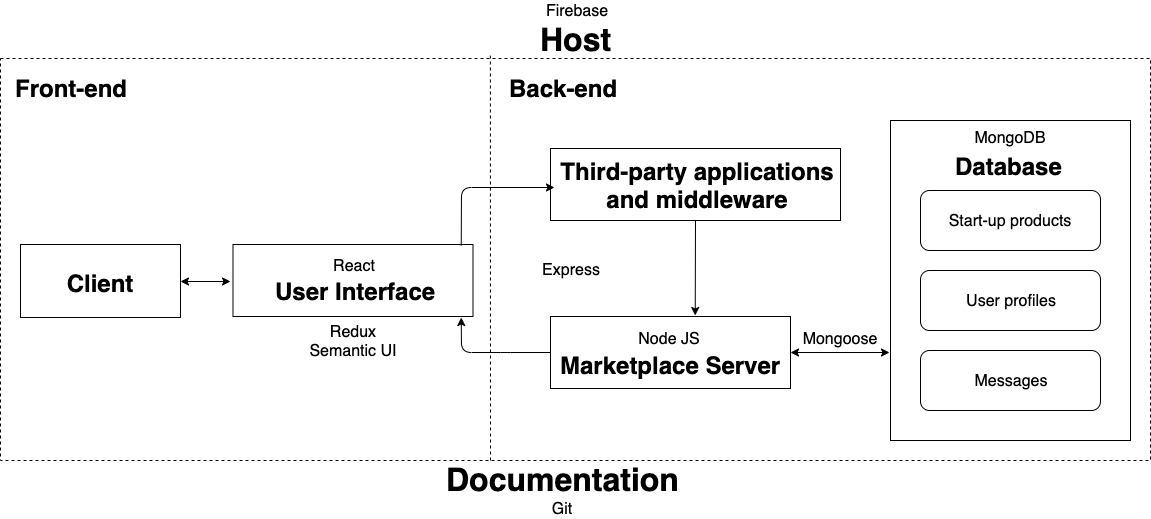
Before: docs/App_Architecture.png, a diagram exported from draw.io (haydenf/mern_final_app). Source tidied: cells renumbered, new cells last; positions are measured from the earlier drawing's top-left corner, leaving out a move shared by most shapes. The source it was exported from:
```xml
<mxGraphModel background="#ffffff">
  <root>
    <mxCell id="0" />
    <mxCell id="1" parent="0" />
    <mxCell id="2" style="rounded=0;whiteSpace=wrap;html=1;dashed=1;strokeWidth=1;fontSize=16;" parent="1" vertex="1">
      <mxGeometry y="58" width="1150" height="402" as="geometry" />
    </mxCell>
    <mxCell id="3" style="rounded=0;whiteSpace=wrap;html=1;" parent="1" vertex="1">
      <mxGeometry x="232.5" y="244" width="240" height="72" as="geometry" />
    </mxCell>
    <mxCell id="4" style="rounded=0;whiteSpace=wrap;html=1;" parent="1" vertex="1">
      <mxGeometry x="890" y="120" width="240" height="320" as="geometry" />
    </mxCell>
    <mxCell id="5" value="&lt;h1&gt;Database&lt;/h1&gt;" style="text;html=1;strokeColor=none;fillColor=none;spacing=5;spacingTop=-20;whiteSpace=wrap;overflow=hidden;rounded=0;" parent="1" vertex="1">
      <mxGeometry x="950" y="147" width="120" height="30" as="geometry" />
    </mxCell>
    <mxCell id="6" value="&lt;font style=&quot;font-size: 16px&quot;&gt;Start-up products&lt;/font&gt;" style="rounded=1;whiteSpace=wrap;html=1;" parent="1" vertex="1">
      <mxGeometry x="920" y="190" width="180" height="60" as="geometry" />
    </mxCell>
    <mxCell id="7" value="&lt;font style=&quot;font-size: 16px&quot;&gt;User profiles&lt;/font&gt;" style="rounded=1;whiteSpace=wrap;html=1;fontSize=16;" parent="1" vertex="1">
      <mxGeometry x="920" y="270" width="180" height="60" as="geometry" />
    </mxCell>
    <mxCell id="8" value="&lt;font style=&quot;font-size: 16px&quot;&gt;Messages&lt;/font&gt;" style="rounded=1;whiteSpace=wrap;html=1;" parent="1" vertex="1">
      <mxGeometry x="920" y="350" width="180" height="60" as="geometry" />
    </mxCell>
    <mxCell id="9" style="rounded=0;whiteSpace=wrap;html=1;" parent="1" vertex="1">
      <mxGeometry x="20" y="244" width="160" height="73" as="geometry" />
    </mxCell>
    <mxCell id="10" value="&lt;h1&gt;Client&lt;/h1&gt;" style="text;html=1;strokeColor=none;fillColor=none;spacing=5;spacingTop=-20;whiteSpace=wrap;overflow=hidden;rounded=0;align=center;" parent="1" vertex="1">
      <mxGeometry x="57" y="263.5" width="85" height="34" as="geometry" />
    </mxCell>
    <mxCell id="11" value="&lt;font style=&quot;font-size: 16px&quot;&gt;MongoDB&lt;/font&gt;" style="text;html=1;strokeColor=none;fillColor=none;align=center;verticalAlign=middle;whiteSpace=wrap;rounded=0;" parent="1" vertex="1">
      <mxGeometry x="990" y="127" width="40" height="20" as="geometry" />
    </mxCell>
    <mxCell id="12" style="rounded=0;whiteSpace=wrap;html=1;" parent="1" vertex="1">
      <mxGeometry x="550" y="316" width="240" height="72" as="geometry" />
    </mxCell>
    <mxCell id="13" value="&lt;font style=&quot;font-size: 16px;&quot;&gt;Node JS&lt;/font&gt;" style="text;html=1;strokeColor=none;fillColor=none;align=center;verticalAlign=middle;whiteSpace=wrap;rounded=0;fontSize=16;" parent="1" vertex="1">
      <mxGeometry x="628" y="330" width="80" height="16" as="geometry" />
    </mxCell>
    <mxCell id="14" value="&lt;h1&gt;Marketplace Server&lt;/h1&gt;" style="text;html=1;strokeColor=none;fillColor=none;spacing=5;spacingTop=-20;whiteSpace=wrap;overflow=hidden;rounded=0;" parent="1" vertex="1">
      <mxGeometry x="555" y="346" width="239" height="34" as="geometry" />
    </mxCell>
    <mxCell id="15" value="Mongoose" style="text;html=1;strokeColor=none;fillColor=none;align=center;verticalAlign=middle;whiteSpace=wrap;rounded=0;fontSize=16;" parent="1" vertex="1">
      <mxGeometry x="820" y="328" width="40" height="20" as="geometry" />
    </mxCell>
    <mxCell id="16" value="&lt;font style=&quot;font-size: 16px&quot;&gt;React&lt;/font&gt;" style="text;html=1;strokeColor=none;fillColor=none;align=center;verticalAlign=middle;whiteSpace=wrap;rounded=0;" parent="1" vertex="1">
      <mxGeometry x="312.5" y="257" width="80" height="16" as="geometry" />
    </mxCell>
    <mxCell id="17" value="&lt;h1&gt;User Interface&lt;/h1&gt;" style="text;html=1;strokeColor=none;fillColor=none;spacing=5;spacingTop=-20;whiteSpace=wrap;overflow=hidden;rounded=0;" parent="1" vertex="1">
      <mxGeometry x="270" y="272" width="180" height="34" as="geometry" />
    </mxCell>
    <mxCell id="18" value="&lt;h1&gt;Back-end&lt;/h1&gt;" style="text;html=1;strokeColor=none;fillColor=none;spacing=5;spacingTop=-20;whiteSpace=wrap;overflow=hidden;rounded=0;" parent="1" vertex="1">
      <mxGeometry x="504" y="69" width="122" height="33" as="geometry" />
    </mxCell>
    <mxCell id="19" value="&lt;h1&gt;Front-end&lt;/h1&gt;" style="text;html=1;strokeColor=none;fillColor=none;spacing=5;spacingTop=-20;whiteSpace=wrap;overflow=hidden;rounded=0;" parent="1" vertex="1">
      <mxGeometry x="10" y="69" width="122" height="33" as="geometry" />
    </mxCell>
    <mxCell id="20" style="endArrow=classic;startArrow=classic;html=1;" parent="1" edge="1">
      <mxGeometry relative="1" as="geometry">
        <mxPoint x="230" y="281" as="sourcePoint" />
        <mxPoint x="180" y="281" as="targetPoint" />
      </mxGeometry>
    </mxCell>
    <mxCell id="21" value="Redux&lt;br&gt;Semantic UI" style="text;html=1;strokeColor=none;fillColor=none;align=center;verticalAlign=middle;whiteSpace=wrap;rounded=0;fontSize=16;" parent="1" vertex="1">
      <mxGeometry x="306" y="330" width="93" height="20" as="geometry" />
    </mxCell>
    <mxCell id="22" value="&lt;h1&gt;Host&lt;/h1&gt;" style="text;html=1;strokeColor=none;fillColor=none;spacing=5;spacingTop=-20;whiteSpace=wrap;overflow=hidden;rounded=0;fontSize=16;" parent="1" vertex="1">
      <mxGeometry x="535" y="10" width="89" height="48" as="geometry" />
    </mxCell>
    <mxCell id="23" value="Firebase" style="text;html=1;strokeColor=none;fillColor=none;align=center;verticalAlign=middle;whiteSpace=wrap;rounded=0;fontSize=16;" parent="1" vertex="1">
      <mxGeometry x="555" width="40" height="20" as="geometry" />
    </mxCell>
    <mxCell id="24" value="&lt;h1&gt;Documentation&lt;/h1&gt;" style="text;html=1;strokeColor=none;fillColor=none;spacing=5;spacingTop=-20;whiteSpace=wrap;overflow=hidden;rounded=0;fontSize=16;" parent="1" vertex="1">
      <mxGeometry x="441" y="450" width="248" height="48" as="geometry" />
    </mxCell>
    <mxCell id="25" value="Git" style="text;html=1;strokeColor=none;fillColor=none;align=center;verticalAlign=middle;whiteSpace=wrap;rounded=0;fontSize=16;" parent="1" vertex="1">
      <mxGeometry x="540.5" y="498" width="40" height="20" as="geometry" />
    </mxCell>
    <mxCell id="26" style="endArrow=classic;html=1;fontSize=16;entryX=0.951;entryY=1.014;entryDx=0;entryDy=0;exitX=0;exitY=0.5;exitDx=0;exitDy=0;entryPerimeter=0;" parent="1" edge="1" source="12" target="3">
      <mxGeometry relative="1" as="geometry">
        <Array as="points">
          <mxPoint x="500" y="352" />
          <mxPoint x="461" y="352" />
        </Array>
      </mxGeometry>
    </mxCell>
    <mxCell id="27" style="rounded=0;whiteSpace=wrap;html=1;" parent="1" vertex="1">
      <mxGeometry x="550" y="148" width="290" height="72" as="geometry" />
    </mxCell>
    <mxCell id="28" value="&lt;h1&gt;Third-party applications and middleware&lt;/h1&gt;" style="text;html=1;strokeColor=none;fillColor=none;spacing=5;spacingTop=-20;whiteSpace=wrap;overflow=hidden;rounded=0;align=center;" parent="1" vertex="1">
      <mxGeometry x="554" y="152" width="286" height="70" as="geometry" />
    </mxCell>
    <mxCell id="29" value="&lt;font style=&quot;font-size: 16px;&quot;&gt;Express&lt;br style=&quot;font-size: 16px;&quot;&gt;&lt;/font&gt;" style="text;html=1;strokeColor=none;fillColor=#ffffff;align=center;verticalAlign=middle;whiteSpace=wrap;rounded=0;fontSize=16;" parent="1" vertex="1">
      <mxGeometry x="550" y="259" width="40" height="20" as="geometry" />
    </mxCell>
    <mxCell id="30" style="endArrow=classic;html=1;fontSize=16;exitX=0.951;exitY=0.014;exitDx=0;exitDy=0;exitPerimeter=0;entryX=0;entryY=0.5;entryDx=0;entryDy=0;" parent="1" edge="1" source="3" target="28">
      <mxGeometry relative="1" as="geometry">
        <Array as="points">
          <mxPoint x="461" y="187" />
        </Array>
      </mxGeometry>
    </mxCell>
    <mxCell id="31" style="endArrow=classic;html=1;fontSize=16;exitX=0.5;exitY=1;exitDx=0;exitDy=0;entryX=0.603;entryY=-0.014;entryDx=0;entryDy=0;entryPerimeter=0;" parent="1" edge="1" source="27" target="12">
      <mxGeometry relative="1" as="geometry" />
    </mxCell>
    <mxCell id="32" style="endArrow=classic;startArrow=classic;html=1;fontSize=16;entryX=1;entryY=0.5;entryDx=0;entryDy=0;" parent="1" edge="1" target="12">
      <mxGeometry relative="1" as="geometry">
        <mxPoint x="889" y="352" as="sourcePoint" />
      </mxGeometry>
    </mxCell>
    <mxCell id="33" style="endArrow=none;dashed=1;html=1;fontSize=16;entryX=0.426;entryY=-0.007;entryDx=0;entryDy=0;entryPerimeter=0;" parent="1" edge="1" target="2">
      <mxGeometry relative="1" as="geometry">
        <mxPoint x="490" y="460" as="sourcePoint" />
      </mxGeometry>
    </mxCell>
  </root>
</mxGraphModel>
```
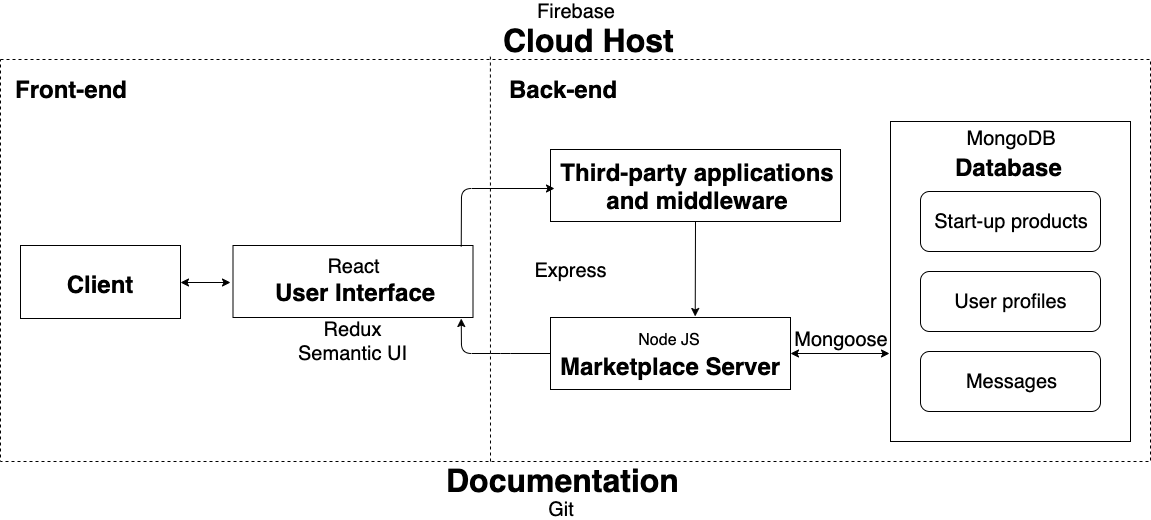
Later version of the same file.

Commit message:
Update app architecture diagram

The edit, as a diff of the source:
```diff
@@ -14,13 +14,13 @@
     <mxCell id="5" value="&lt;h1&gt;Database&lt;/h1&gt;" style="text;html=1;strokeColor=none;fillColor=none;spacing=5;spacingTop=-20;whiteSpace=wrap;overflow=hidden;rounded=0;" parent="1" vertex="1">
       <mxGeometry x="950" y="147" width="120" height="30" as="geometry" />
     </mxCell>
-    <mxCell id="6" value="&lt;font style=&quot;font-size: 16px&quot;&gt;Start-up products&lt;/font&gt;" style="rounded=1;whiteSpace=wrap;html=1;" parent="1" vertex="1">
+    <mxCell id="6" value="&lt;font style=&quot;font-size: 20px&quot;&gt;Start-up products&lt;/font&gt;" style="rounded=1;whiteSpace=wrap;html=1;" parent="1" vertex="1">
       <mxGeometry x="920" y="190" width="180" height="60" as="geometry" />
     </mxCell>
-    <mxCell id="7" value="&lt;font style=&quot;font-size: 16px&quot;&gt;User profiles&lt;/font&gt;" style="rounded=1;whiteSpace=wrap;html=1;fontSize=16;" parent="1" vertex="1">
+    <mxCell id="7" value="&lt;font style=&quot;font-size: 20px&quot;&gt;User profiles&lt;/font&gt;" style="rounded=1;whiteSpace=wrap;html=1;fontSize=16;" parent="1" vertex="1">
       <mxGeometry x="920" y="270" width="180" height="60" as="geometry" />
     </mxCell>
-    <mxCell id="8" value="&lt;font style=&quot;font-size: 16px&quot;&gt;Messages&lt;/font&gt;" style="rounded=1;whiteSpace=wrap;html=1;" parent="1" vertex="1">
+    <mxCell id="8" value="&lt;font style=&quot;font-size: 20px&quot;&gt;Messages&lt;/font&gt;" style="rounded=1;whiteSpace=wrap;html=1;" parent="1" vertex="1">
       <mxGeometry x="920" y="350" width="180" height="60" as="geometry" />
     </mxCell>
     <mxCell id="9" style="rounded=0;whiteSpace=wrap;html=1;" parent="1" vertex="1">
@@ -29,7 +29,7 @@
     <mxCell id="10" value="&lt;h1&gt;Client&lt;/h1&gt;" style="text;html=1;strokeColor=none;fillColor=none;spacing=5;spacingTop=-20;whiteSpace=wrap;overflow=hidden;rounded=0;align=center;" parent="1" vertex="1">
       <mxGeometry x="57" y="263.5" width="85" height="34" as="geometry" />
     </mxCell>
-    <mxCell id="11" value="&lt;font style=&quot;font-size: 16px&quot;&gt;MongoDB&lt;/font&gt;" style="text;html=1;strokeColor=none;fillColor=none;align=center;verticalAlign=middle;whiteSpace=wrap;rounded=0;" parent="1" vertex="1">
+    <mxCell id="11" value="&lt;font style=&quot;font-size: 20px&quot;&gt;MongoDB&lt;/font&gt;" style="text;html=1;strokeColor=none;fillColor=none;align=center;verticalAlign=middle;whiteSpace=wrap;rounded=0;" parent="1" vertex="1">
       <mxGeometry x="990" y="127" width="40" height="20" as="geometry" />
     </mxCell>
     <mxCell id="12" style="rounded=0;whiteSpace=wrap;html=1;" parent="1" vertex="1">
@@ -41,10 +41,10 @@
     <mxCell id="14" value="&lt;h1&gt;Marketplace Server&lt;/h1&gt;" style="text;html=1;strokeColor=none;fillColor=none;spacing=5;spacingTop=-20;whiteSpace=wrap;overflow=hidden;rounded=0;" parent="1" vertex="1">
       <mxGeometry x="555" y="346" width="239" height="34" as="geometry" />
     </mxCell>
-    <mxCell id="15" value="Mongoose" style="text;html=1;strokeColor=none;fillColor=none;align=center;verticalAlign=middle;whiteSpace=wrap;rounded=0;fontSize=16;" parent="1" vertex="1">
+    <mxCell id="15" value="&lt;font style=&quot;font-size: 20px&quot;&gt;Mongoose&lt;/font&gt;" style="text;html=1;strokeColor=none;fillColor=none;align=center;verticalAlign=middle;whiteSpace=wrap;rounded=0;fontSize=16;" parent="1" vertex="1">
       <mxGeometry x="820" y="328" width="40" height="20" as="geometry" />
     </mxCell>
-    <mxCell id="16" value="&lt;font style=&quot;font-size: 16px&quot;&gt;React&lt;/font&gt;" style="text;html=1;strokeColor=none;fillColor=none;align=center;verticalAlign=middle;whiteSpace=wrap;rounded=0;" parent="1" vertex="1">
+    <mxCell id="16" value="&lt;font style=&quot;font-size: 20px&quot;&gt;React&lt;/font&gt;" style="text;html=1;strokeColor=none;fillColor=none;align=center;verticalAlign=middle;whiteSpace=wrap;rounded=0;" parent="1" vertex="1">
       <mxGeometry x="312.5" y="257" width="80" height="16" as="geometry" />
     </mxCell>
     <mxCell id="17" value="&lt;h1&gt;User Interface&lt;/h1&gt;" style="text;html=1;strokeColor=none;fillColor=none;spacing=5;spacingTop=-20;whiteSpace=wrap;overflow=hidden;rounded=0;" parent="1" vertex="1">
@@ -62,19 +62,19 @@
         <mxPoint x="180" y="281" as="targetPoint" />
       </mxGeometry>
     </mxCell>
-    <mxCell id="21" value="Redux&lt;br&gt;Semantic UI" style="text;html=1;strokeColor=none;fillColor=none;align=center;verticalAlign=middle;whiteSpace=wrap;rounded=0;fontSize=16;" parent="1" vertex="1">
-      <mxGeometry x="306" y="330" width="93" height="20" as="geometry" />
+    <mxCell id="21" value="&lt;font style=&quot;font-size: 20px&quot;&gt;Redux&lt;br&gt;Semantic UI&lt;/font&gt;" style="text;html=1;strokeColor=none;fillColor=none;align=center;verticalAlign=middle;whiteSpace=wrap;rounded=0;fontSize=16;" parent="1" vertex="1">
+      <mxGeometry x="295.5" y="330" width="114" height="20" as="geometry" />
     </mxCell>
-    <mxCell id="22" value="&lt;h1&gt;Host&lt;/h1&gt;" style="text;html=1;strokeColor=none;fillColor=none;spacing=5;spacingTop=-20;whiteSpace=wrap;overflow=hidden;rounded=0;fontSize=16;" parent="1" vertex="1">
-      <mxGeometry x="535" y="10" width="89" height="48" as="geometry" />
+    <mxCell id="22" value="&lt;h1&gt;Cloud Host&lt;/h1&gt;" style="text;html=1;strokeColor=none;fillColor=none;spacing=5;spacingTop=-20;whiteSpace=wrap;overflow=hidden;rounded=0;fontSize=16;" parent="1" vertex="1">
+      <mxGeometry x="497.5" y="10" width="185" height="48" as="geometry" />
     </mxCell>
-    <mxCell id="23" value="Firebase" style="text;html=1;strokeColor=none;fillColor=none;align=center;verticalAlign=middle;whiteSpace=wrap;rounded=0;fontSize=16;" parent="1" vertex="1">
+    <mxCell id="23" value="&lt;font style=&quot;font-size: 20px&quot;&gt;Firebase&lt;/font&gt;" style="text;html=1;strokeColor=none;fillColor=none;align=center;verticalAlign=middle;whiteSpace=wrap;rounded=0;fontSize=16;" parent="1" vertex="1">
       <mxGeometry x="555" width="40" height="20" as="geometry" />
     </mxCell>
     <mxCell id="24" value="&lt;h1&gt;Documentation&lt;/h1&gt;" style="text;html=1;strokeColor=none;fillColor=none;spacing=5;spacingTop=-20;whiteSpace=wrap;overflow=hidden;rounded=0;fontSize=16;" parent="1" vertex="1">
       <mxGeometry x="441" y="450" width="248" height="48" as="geometry" />
     </mxCell>
-    <mxCell id="25" value="Git" style="text;html=1;strokeColor=none;fillColor=none;align=center;verticalAlign=middle;whiteSpace=wrap;rounded=0;fontSize=16;" parent="1" vertex="1">
+    <mxCell id="25" value="&lt;font style=&quot;font-size: 20px&quot;&gt;Git&lt;/font&gt;" style="text;html=1;strokeColor=none;fillColor=none;align=center;verticalAlign=middle;whiteSpace=wrap;rounded=0;fontSize=16;" parent="1" vertex="1">
       <mxGeometry x="540.5" y="498" width="40" height="20" as="geometry" />
     </mxCell>
     <mxCell id="26" style="endArrow=classic;html=1;fontSize=16;entryX=0.951;entryY=1.014;entryDx=0;entryDy=0;exitX=0;exitY=0.5;exitDx=0;exitDy=0;entryPerimeter=0;" parent="1" edge="1" source="12" target="3">
@@ -91,7 +91,7 @@
     <mxCell id="28" value="&lt;h1&gt;Third-party applications and middleware&lt;/h1&gt;" style="text;html=1;strokeColor=none;fillColor=none;spacing=5;spacingTop=-20;whiteSpace=wrap;overflow=hidden;rounded=0;align=center;" parent="1" vertex="1">
       <mxGeometry x="554" y="152" width="286" height="70" as="geometry" />
     </mxCell>
-    <mxCell id="29" value="&lt;font style=&quot;font-size: 16px;&quot;&gt;Express&lt;br style=&quot;font-size: 16px;&quot;&gt;&lt;/font&gt;" style="text;html=1;strokeColor=none;fillColor=#ffffff;align=center;verticalAlign=middle;whiteSpace=wrap;rounded=0;fontSize=16;" parent="1" vertex="1">
+    <mxCell id="29" value="&lt;font&gt;&lt;font style=&quot;font-size: 20px&quot;&gt;Express&lt;/font&gt;&lt;br style=&quot;font-size: 16px&quot;&gt;&lt;/font&gt;" style="text;html=1;strokeColor=none;fillColor=#ffffff;align=center;verticalAlign=middle;whiteSpace=wrap;rounded=0;fontSize=16;" parent="1" vertex="1">
       <mxGeometry x="550" y="259" width="40" height="20" as="geometry" />
     </mxCell>
     <mxCell id="30" style="endArrow=classic;html=1;fontSize=16;exitX=0.951;exitY=0.014;exitDx=0;exitDy=0;exitPerimeter=0;entryX=0;entryY=0.5;entryDx=0;entryDy=0;" parent="1" edge="1" source="3" target="28">
```
